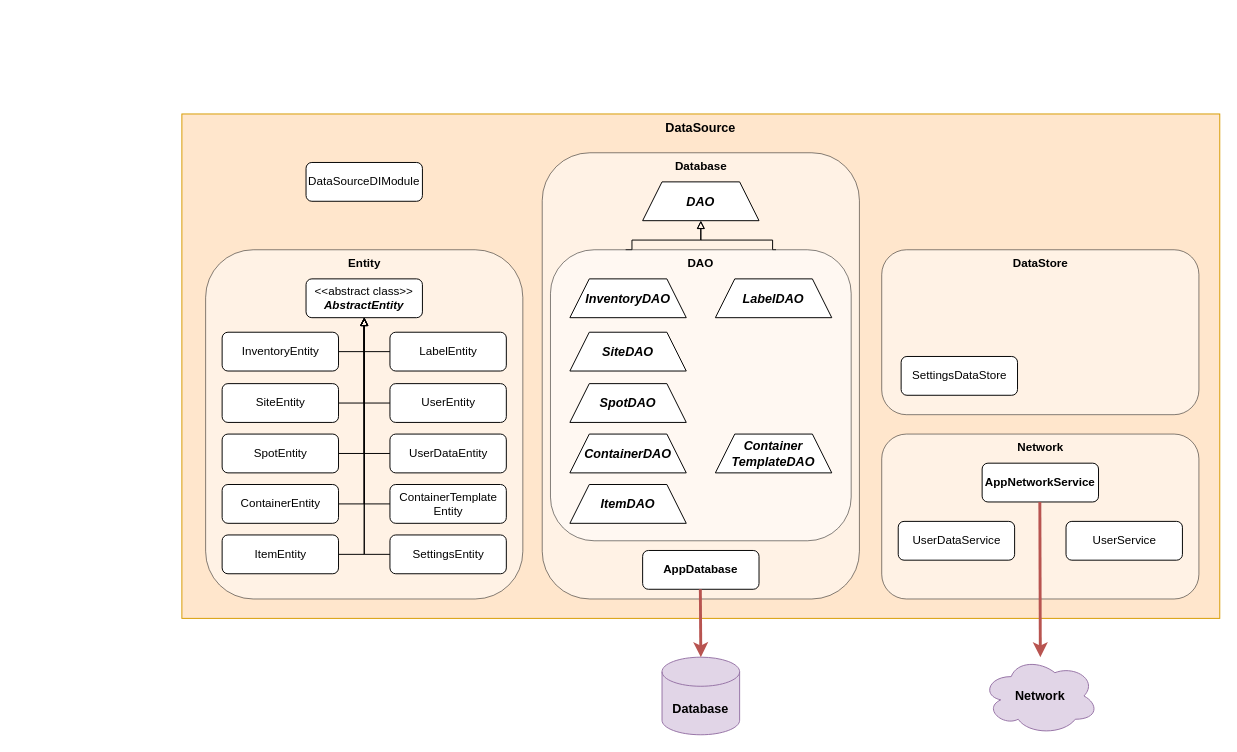
Earlier version of the draw.io diagram page "DataSource" (2 of 6) of dev_doc/documents/_res/_raw/Software_Design_Diagram.drawio (filippochinni/inventory-app). Source tidied: cells renumbered, new cells numbered last; positions are measured from the earlier drawing's top-left corner, leaving out a move shared by most shapes. Both pictures are drawn from the tidied source at 97%, with x=0, y=0 at pixel (181, 113).
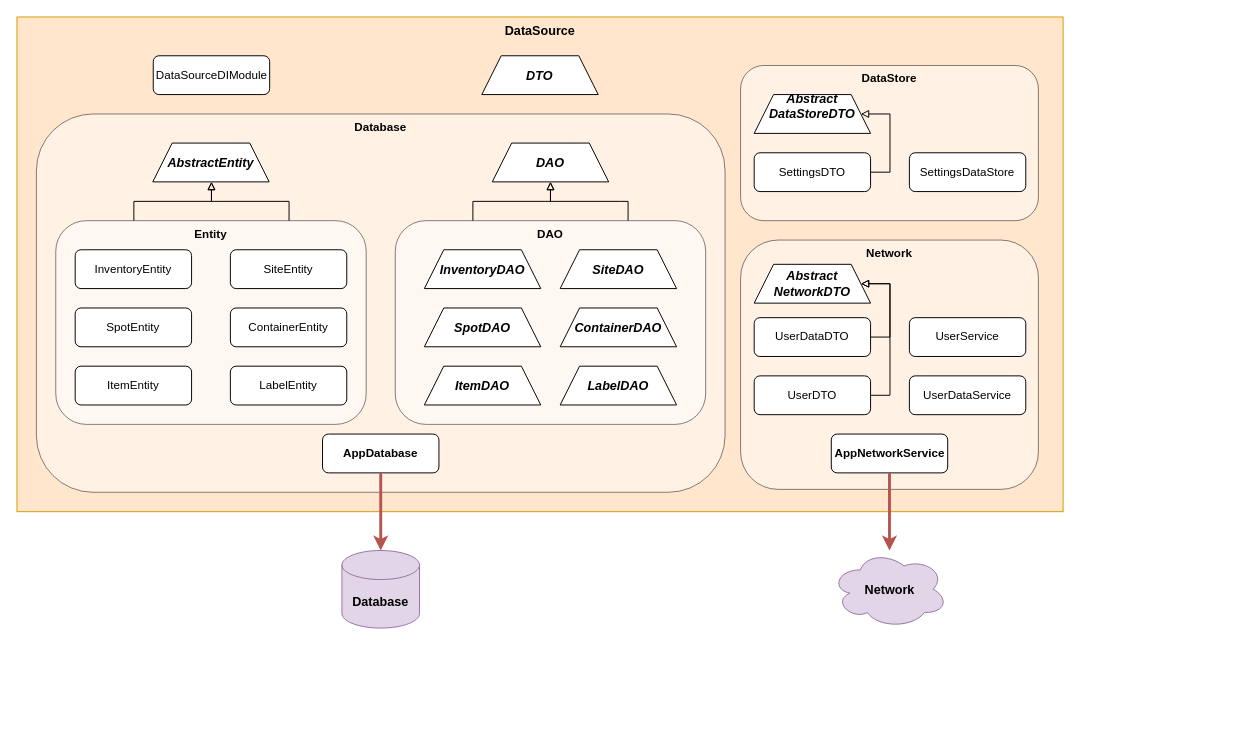
The same page after the edit.

The edit, as a diff of the source:
```diff
@@
     <mxCell id="2" value="&lt;span style=&quot;font-size: 13px;&quot;&gt;&lt;b&gt;DataSource&lt;/b&gt;&lt;/span&gt;" style="rounded=0;whiteSpace=wrap;html=1;verticalAlign=top;fillColor=#ffe6cc;strokeColor=#d79b00;" parent="1" vertex="1">
-      <mxGeometry width="1070" height="520" as="geometry" />
+      <mxGeometry x="-170" y="-100" width="1078.5" height="510" as="geometry" />
     </mxCell>
+    <mxCell id="4" value="&lt;b&gt;Database&lt;/b&gt;" style="rounded=1;whiteSpace=wrap;html=1;glass=0;shadow=0;verticalAlign=top;opacity=50;" parent="1" vertex="1">
+      <mxGeometry x="-150" width="710" height="390" as="geometry" />
+    </mxCell>
     <mxCell id="3" value="&lt;b&gt;&lt;font&gt;Entity&lt;/font&gt;&lt;/b&gt;" style="rounded=1;whiteSpace=wrap;html=1;glass=0;shadow=0;verticalAlign=top;opacity=50;" parent="1" vertex="1">
-      <mxGeometry x="24.5" y="140" width="327" height="360" as="geometry" />
+      <mxGeometry x="-130" y="110" width="320" height="210" as="geometry" />
     </mxCell>
-    <mxCell id="4" value="&lt;b&gt;Database&lt;/b&gt;" style="rounded=1;whiteSpace=wrap;html=1;glass=0;shadow=0;verticalAlign=top;opacity=50;" parent="1" vertex="1">
-      <mxGeometry x="371.5" y="40" width="327" height="460" as="geometry" />
-    </mxCell>
     <mxCell id="5" value="&lt;div&gt;&lt;span style=&quot;background-color: transparent; color: light-dark(rgb(0, 0, 0), rgb(255, 255, 255));&quot;&gt;DataSourceDIModule&lt;/span&gt;&lt;/div&gt;" style="rounded=1;whiteSpace=wrap;html=1;glass=0;shadow=0;" parent="1" vertex="1">
-      <mxGeometry x="128" y="50" width="120" height="40" as="geometry" />
+      <mxGeometry x="-29.5" y="-60" width="120" height="40" as="geometry" />
     </mxCell>
     <mxCell id="6" value="DAO" style="shape=trapezoid;perimeter=trapezoidPerimeter;whiteSpace=wrap;html=1;shapeInside=1;fixedSize=1;verticalAlign=middle;fontSize=13;fontStyle=3;" parent="1" vertex="1">
-      <mxGeometry x="475" y="70" width="120" height="40" as="geometry" />
+      <mxGeometry x="320" y="30" width="120" height="40" as="geometry" />
     </mxCell>
-    <mxCell id="7" value="&lt;div&gt;&lt;font style=&quot;&quot;&gt;&amp;lt;&amp;lt;abstract class&amp;gt;&amp;gt;&lt;/font&gt;&lt;/div&gt;&lt;font style=&quot;&quot;&gt;&lt;b&gt;&lt;i&gt;AbstractEntity&lt;/i&gt;&lt;/b&gt;&lt;/font&gt;" style="rounded=1;whiteSpace=wrap;html=1;glass=0;shadow=0;" parent="1" vertex="1">
-      <mxGeometry x="128" y="170" width="120" height="40" as="geometry" />
-    </mxCell>
-    <mxCell id="8" style="edgeStyle=orthogonalEdgeStyle;rounded=0;jettySize=auto;html=1;entryX=0.5;entryY=1;entryDx=0;entryDy=0;endArrow=block;endFill=0;" parent="1" edge="1" source="9" target="7">
-      <mxGeometry relative="1" as="geometry">
-        <Array as="points">
-          <mxPoint x="188" y="245" />
-        </Array>
-      </mxGeometry>
-    </mxCell>
     <mxCell id="9" value="&lt;div&gt;&lt;span style=&quot;background-color: transparent; color: light-dark(rgb(0, 0, 0), rgb(255, 255, 255));&quot;&gt;InventoryEntity&lt;/span&gt;&lt;/div&gt;" style="rounded=1;whiteSpace=wrap;html=1;glass=0;shadow=0;" parent="1" vertex="1">
-      <mxGeometry x="41.5" y="225" width="120" height="40" as="geometry" />
+      <mxGeometry x="-110" y="140" width="120" height="40" as="geometry" />
     </mxCell>
-    <mxCell id="10" style="edgeStyle=orthogonalEdgeStyle;rounded=0;jettySize=auto;html=1;entryX=0.5;entryY=1;entryDx=0;entryDy=0;endArrow=block;endFill=0;" parent="1" edge="1" source="11" target="7">
-      <mxGeometry relative="1" as="geometry">
-        <Array as="points">
-          <mxPoint x="188" y="298" />
-        </Array>
-      </mxGeometry>
-    </mxCell>
     <mxCell id="11" value="&lt;div&gt;&lt;span style=&quot;background-color: transparent; color: light-dark(rgb(0, 0, 0), rgb(255, 255, 255));&quot;&gt;SiteEntity&lt;/span&gt;&lt;/div&gt;" style="rounded=1;whiteSpace=wrap;html=1;glass=0;shadow=0;" parent="1" vertex="1">
-      <mxGeometry x="41.5" y="278" width="120" height="40" as="geometry" />
+      <mxGeometry x="50" y="140" width="120" height="40" as="geometry" />
     </mxCell>
-    <mxCell id="12" style="edgeStyle=orthogonalEdgeStyle;rounded=0;jettySize=auto;html=1;entryX=0.5;entryY=1;entryDx=0;entryDy=0;endArrow=block;endFill=0;" parent="1" edge="1" source="13" target="7">
-      <mxGeometry relative="1" as="geometry">
-        <Array as="points">
-          <mxPoint x="188" y="350" />
-        </Array>
-      </mxGeometry>
-    </mxCell>
     <mxCell id="13" value="&lt;div&gt;&lt;span style=&quot;background-color: transparent; color: light-dark(rgb(0, 0, 0), rgb(255, 255, 255));&quot;&gt;SpotEntity&lt;/span&gt;&lt;/div&gt;" style="rounded=1;whiteSpace=wrap;html=1;glass=0;shadow=0;" parent="1" vertex="1">
-      <mxGeometry x="41.5" y="330" width="120" height="40" as="geometry" />
+      <mxGeometry x="-110" y="200" width="120" height="40" as="geometry" />
     </mxCell>
-    <mxCell id="14" style="edgeStyle=orthogonalEdgeStyle;rounded=0;jettySize=auto;html=1;entryX=0.5;entryY=1;entryDx=0;entryDy=0;endArrow=block;endFill=0;" parent="1" edge="1" source="15" target="7">
-      <mxGeometry relative="1" as="geometry">
-        <Array as="points">
-          <mxPoint x="188" y="402" />
-        </Array>
-      </mxGeometry>
-    </mxCell>
     <mxCell id="15" value="&lt;div&gt;&lt;span style=&quot;background-color: transparent; color: light-dark(rgb(0, 0, 0), rgb(255, 255, 255));&quot;&gt;ContainerEntity&lt;/span&gt;&lt;/div&gt;" style="rounded=1;whiteSpace=wrap;html=1;glass=0;shadow=0;" parent="1" vertex="1">
-      <mxGeometry x="41.5" y="382" width="120" height="40" as="geometry" />
+      <mxGeometry x="50" y="200" width="120" height="40" as="geometry" />
     </mxCell>
-    <mxCell id="16" style="edgeStyle=orthogonalEdgeStyle;rounded=0;jettySize=auto;html=1;entryX=0.5;entryY=1;entryDx=0;entryDy=0;endArrow=block;endFill=0;" parent="1" edge="1" source="17" target="7">
-      <mxGeometry relative="1" as="geometry">
-        <Array as="points">
-          <mxPoint x="188" y="454" />
-        </Array>
-      </mxGeometry>
-    </mxCell>
     <mxCell id="17" value="&lt;div&gt;&lt;span style=&quot;background-color: transparent; color: light-dark(rgb(0, 0, 0), rgb(255, 255, 255));&quot;&gt;ItemEntity&lt;/span&gt;&lt;/div&gt;" style="rounded=1;whiteSpace=wrap;html=1;glass=0;shadow=0;" parent="1" vertex="1">
-      <mxGeometry x="41.5" y="434" width="120" height="40" as="geometry" />
+      <mxGeometry x="-110" y="260" width="120" height="40" as="geometry" />
     </mxCell>
-    <mxCell id="18" style="edgeStyle=orthogonalEdgeStyle;rounded=0;jettySize=auto;html=1;entryX=0.5;entryY=1;entryDx=0;entryDy=0;endArrow=block;endFill=0;" parent="1" edge="1" source="19" target="7">
-      <mxGeometry relative="1" as="geometry">
-        <Array as="points">
-          <mxPoint x="188" y="245" />
-        </Array>
-      </mxGeometry>
-    </mxCell>
     <mxCell id="19" value="&lt;div&gt;&lt;span style=&quot;background-color: transparent; color: light-dark(rgb(0, 0, 0), rgb(255, 255, 255));&quot;&gt;LabelEntity&lt;/span&gt;&lt;/div&gt;" style="rounded=1;whiteSpace=wrap;html=1;glass=0;shadow=0;" parent="1" vertex="1">
-      <mxGeometry x="214.5" y="225" width="120" height="40" as="geometry" />
+      <mxGeometry x="50" y="260" width="120" height="40" as="geometry" />
     </mxCell>
-    <mxCell id="20" style="edgeStyle=orthogonalEdgeStyle;rounded=0;jettySize=auto;html=1;entryX=0.5;entryY=1;entryDx=0;entryDy=0;endArrow=block;endFill=0;" parent="1" edge="1" source="21" target="7">
-      <mxGeometry relative="1" as="geometry">
-        <Array as="points">
-          <mxPoint x="188" y="298" />
-        </Array>
-      </mxGeometry>
-    </mxCell>
-    <mxCell id="21" value="&lt;div&gt;&lt;span style=&quot;background-color: transparent; color: light-dark(rgb(0, 0, 0), rgb(255, 255, 255));&quot;&gt;UserEntity&lt;/span&gt;&lt;/div&gt;" style="rounded=1;whiteSpace=wrap;html=1;glass=0;shadow=0;" parent="1" vertex="1">
-      <mxGeometry x="214.5" y="278" width="120" height="40" as="geometry" />
-    </mxCell>
-    <mxCell id="22" style="edgeStyle=orthogonalEdgeStyle;rounded=0;jettySize=auto;html=1;entryX=0.5;entryY=1;entryDx=0;entryDy=0;endArrow=block;endFill=0;" parent="1" edge="1" source="23" target="7">
-      <mxGeometry relative="1" as="geometry">
-        <Array as="points">
-          <mxPoint x="188" y="350" />
-        </Array>
-      </mxGeometry>
-    </mxCell>
-    <mxCell id="23" value="&lt;div&gt;&lt;span style=&quot;background-color: transparent; color: light-dark(rgb(0, 0, 0), rgb(255, 255, 255));&quot;&gt;UserDataEntity&lt;/span&gt;&lt;/div&gt;" style="rounded=1;whiteSpace=wrap;html=1;glass=0;shadow=0;" parent="1" vertex="1">
-      <mxGeometry x="214.5" y="330" width="120" height="40" as="geometry" />
-    </mxCell>
-    <mxCell id="24" style="edgeStyle=orthogonalEdgeStyle;rounded=0;jettySize=auto;html=1;entryX=0.5;entryY=1;entryDx=0;entryDy=0;endArrow=block;endFill=0;" parent="1" edge="1" source="25" target="7">
-      <mxGeometry relative="1" as="geometry">
-        <Array as="points">
-          <mxPoint x="188" y="402" />
-        </Array>
-      </mxGeometry>
-    </mxCell>
-    <mxCell id="25" value="&lt;div&gt;&lt;span style=&quot;background-color: transparent; color: light-dark(rgb(0, 0, 0), rgb(255, 255, 255));&quot;&gt;ContainerTemplate&lt;br&gt;Entity&lt;/span&gt;&lt;/div&gt;" style="rounded=1;whiteSpace=wrap;html=1;glass=0;shadow=0;" parent="1" vertex="1">
-      <mxGeometry x="214.5" y="382" width="120" height="40" as="geometry" />
-    </mxCell>
-    <mxCell id="26" style="edgeStyle=orthogonalEdgeStyle;rounded=0;jettySize=auto;html=1;entryX=0.5;entryY=1;entryDx=0;entryDy=0;endArrow=block;endFill=0;" parent="1" edge="1" source="27" target="7">
-      <mxGeometry relative="1" as="geometry">
-        <Array as="points">
-          <mxPoint x="188" y="454" />
-        </Array>
-      </mxGeometry>
-    </mxCell>
-    <mxCell id="27" value="&lt;div&gt;SettingsEntity&lt;/div&gt;" style="rounded=1;whiteSpace=wrap;html=1;glass=0;shadow=0;" parent="1" vertex="1">
-      <mxGeometry x="214.5" y="434" width="120" height="40" as="geometry" />
-    </mxCell>
-    <mxCell id="28" style="edgeStyle=orthogonalEdgeStyle;rounded=0;jettySize=auto;html=1;entryX=0.5;entryY=1;entryDx=0;entryDy=0;endArrow=block;endFill=0;exitX=0.25;exitY=0;exitDx=0;exitDy=0;" parent="1" edge="1" source="30" target="6">
-      <mxGeometry relative="1" as="geometry">
-        <Array as="points">
-          <mxPoint x="464" y="130" />
-          <mxPoint x="535" y="130" />
-        </Array>
-      </mxGeometry>
-    </mxCell>
-    <mxCell id="29" style="edgeStyle=orthogonalEdgeStyle;rounded=0;jettySize=auto;html=1;entryX=0.5;entryY=1;entryDx=0;entryDy=0;exitX=0.75;exitY=0;exitDx=0;exitDy=0;endArrow=block;endFill=0;" parent="1" edge="1" source="30" target="6">
-      <mxGeometry relative="1" as="geometry">
-        <Array as="points">
-          <mxPoint x="609" y="130" />
-          <mxPoint x="535" y="130" />
-        </Array>
-      </mxGeometry>
-    </mxCell>
+    <mxCell id="49" style="edgeStyle=orthogonalEdgeStyle;rounded=0;jettySize=auto;html=1;entryX=0.5;entryY=1;entryDx=0;entryDy=0;endArrow=block;endFill=0;exitX=0.25;exitY=0;exitDx=0;exitDy=0;" parent="1" edge="1" source="30" target="6">
+      <mxGeometry relative="1" as="geometry">
+        <Array as="points">
+          <mxPoint x="300" y="90.1" />
+          <mxPoint x="380" y="90.1" />
+        </Array>
+      </mxGeometry>
+    </mxCell>
+    <mxCell id="50" style="edgeStyle=orthogonalEdgeStyle;rounded=0;jettySize=auto;html=1;entryX=0.5;entryY=1;entryDx=0;entryDy=0;exitX=0.75;exitY=0;exitDx=0;exitDy=0;endArrow=block;endFill=0;" parent="1" edge="1" source="30" target="6">
+      <mxGeometry relative="1" as="geometry">
+        <Array as="points">
+          <mxPoint x="452.5" y="90.1" />
+          <mxPoint x="380" y="90.1" />
+          <mxPoint x="380" y="70" />
+        </Array>
+      </mxGeometry>
+    </mxCell>
     <mxCell id="30" value="&lt;b&gt;DAO&lt;/b&gt;" style="rounded=1;whiteSpace=wrap;html=1;glass=0;shadow=0;verticalAlign=top;opacity=50;" parent="1" vertex="1">
-      <mxGeometry x="380" y="140" width="310" height="300" as="geometry" />
+      <mxGeometry x="220" y="110" width="320" height="210" as="geometry" />
     </mxCell>
     <mxCell id="31" value="InventoryDAO" style="shape=trapezoid;perimeter=trapezoidPerimeter;whiteSpace=wrap;html=1;shapeInside=1;fixedSize=1;verticalAlign=middle;fontSize=13;fontStyle=3;" parent="1" vertex="1">
-      <mxGeometry x="400" y="170" width="120" height="40" as="geometry" />
+      <mxGeometry x="250" y="140" width="120" height="40" as="geometry" />
     </mxCell>
     <mxCell id="32" value="LabelDAO" style="shape=trapezoid;perimeter=trapezoidPerimeter;whiteSpace=wrap;html=1;shapeInside=1;fixedSize=1;verticalAlign=middle;fontSize=13;fontStyle=3;" parent="1" vertex="1">
-      <mxGeometry x="550" y="170" width="120" height="40" as="geometry" />
+      <mxGeometry x="390" y="260" width="120" height="40" as="geometry" />
     </mxCell>
     <mxCell id="33" value="&lt;div&gt;&lt;span style=&quot;background-color: transparent; color: light-dark(rgb(0, 0, 0), rgb(255, 255, 255));&quot;&gt;AppDatabase&lt;/span&gt;&lt;/div&gt;" style="rounded=1;whiteSpace=wrap;html=1;glass=0;shadow=0;fontStyle=1;" parent="1" vertex="1">
-      <mxGeometry x="475" y="450" width="120" height="40" as="geometry" />
+      <mxGeometry x="145" y="330" width="120" height="40" as="geometry" />
     </mxCell>
     <mxCell id="34" value="SiteDAO" style="shape=trapezoid;perimeter=trapezoidPerimeter;whiteSpace=wrap;html=1;shapeInside=1;fixedSize=1;verticalAlign=middle;fontSize=13;fontStyle=3;" parent="1" vertex="1">
-      <mxGeometry x="400" y="225" width="120" height="40" as="geometry" />
+      <mxGeometry x="390" y="140" width="120" height="40" as="geometry" />
     </mxCell>
     <mxCell id="35" value="SpotDAO" style="shape=trapezoid;perimeter=trapezoidPerimeter;whiteSpace=wrap;html=1;shapeInside=1;fixedSize=1;verticalAlign=middle;fontSize=13;fontStyle=3;" parent="1" vertex="1">
-      <mxGeometry x="400" y="278" width="120" height="40" as="geometry" />
+      <mxGeometry x="250" y="200" width="120" height="40" as="geometry" />
     </mxCell>
     <mxCell id="36" value="ContainerDAO" style="shape=trapezoid;perimeter=trapezoidPerimeter;whiteSpace=wrap;html=1;shapeInside=1;fixedSize=1;verticalAlign=middle;fontSize=13;fontStyle=3;" parent="1" vertex="1">
-      <mxGeometry x="400" y="330" width="120" height="40" as="geometry" />
+      <mxGeometry x="390" y="200" width="120" height="40" as="geometry" />
     </mxCell>
     <mxCell id="37" value="ItemDAO" style="shape=trapezoid;perimeter=trapezoidPerimeter;whiteSpace=wrap;html=1;shapeInside=1;fixedSize=1;verticalAlign=middle;fontSize=13;fontStyle=3;" parent="1" vertex="1">
-      <mxGeometry x="400" y="382" width="120" height="40" as="geometry" />
+      <mxGeometry x="250" y="260" width="120" height="40" as="geometry" />
     </mxCell>
-    <mxCell id="38" value="Container&lt;br&gt;TemplateDAO" style="shape=trapezoid;perimeter=trapezoidPerimeter;whiteSpace=wrap;html=1;shapeInside=1;fixedSize=1;verticalAlign=middle;fontSize=13;fontStyle=3;" parent="1" vertex="1">
-      <mxGeometry x="550" y="330" width="120" height="40" as="geometry" />
-    </mxCell>
     <mxCell id="39" value="&lt;div&gt;&lt;font style=&quot;font-size: 13px;&quot;&gt;&lt;b&gt;Database&lt;/b&gt;&lt;/font&gt;&lt;/div&gt;" style="shape=cylinder3;whiteSpace=wrap;html=1;boundedLbl=1;backgroundOutline=1;size=15;fillColor=#e1d5e7;strokeColor=#9673a6;" parent="1" vertex="1">
-      <mxGeometry x="495" y="560" width="80" height="80" as="geometry" />
+      <mxGeometry x="165" y="450" width="80" height="80" as="geometry" />
     </mxCell>
     <mxCell id="40" value="&lt;b&gt;&lt;font&gt;Network&lt;/font&gt;&lt;/b&gt;" style="rounded=1;whiteSpace=wrap;html=1;glass=0;shadow=0;verticalAlign=top;opacity=50;" parent="1" vertex="1">
-      <mxGeometry x="721.5" y="330" width="327" height="170" as="geometry" />
+      <mxGeometry x="576" y="130" width="307" height="257" as="geometry" />
     </mxCell>
     <mxCell id="41" value="&lt;font style=&quot;font-size: 13px;&quot;&gt;&lt;b&gt;Network&lt;/b&gt;&lt;/font&gt;" style="ellipse;shape=cloud;whiteSpace=wrap;html=1;fillColor=#e1d5e7;strokeColor=#9673a6;" parent="1" vertex="1">
-      <mxGeometry x="825" y="560" width="120" height="80" as="geometry" />
+      <mxGeometry x="669.5" y="450" width="120" height="80" as="geometry" />
     </mxCell>
     <mxCell id="42" value="&lt;b&gt;&lt;font&gt;DataStore&lt;/font&gt;&lt;/b&gt;" style="rounded=1;whiteSpace=wrap;html=1;glass=0;shadow=0;verticalAlign=top;opacity=50;" parent="1" vertex="1">
-      <mxGeometry x="721.5" y="140" width="327" height="170" as="geometry" />
+      <mxGeometry x="576" y="-50" width="307" height="160" as="geometry" />
     </mxCell>
     <mxCell id="43" value="&lt;div&gt;&lt;span style=&quot;background-color: transparent; color: light-dark(rgb(0, 0, 0), rgb(255, 255, 255));&quot;&gt;SettingsDataStore&lt;/span&gt;&lt;/div&gt;" style="rounded=1;whiteSpace=wrap;html=1;glass=0;shadow=0;" parent="1" vertex="1">
-      <mxGeometry x="741.5" y="250" width="120" height="40" as="geometry" />
+      <mxGeometry x="750" y="40" width="120" height="40" as="geometry" />
     </mxCell>
     <mxCell id="44" value="&lt;div&gt;&lt;span style=&quot;background-color: transparent; color: light-dark(rgb(0, 0, 0), rgb(255, 255, 255));&quot;&gt;AppNetworkService&lt;/span&gt;&lt;/div&gt;" style="rounded=1;whiteSpace=wrap;html=1;glass=0;shadow=0;fontStyle=1;" parent="1" vertex="1">
-      <mxGeometry x="825" y="360" width="120" height="40" as="geometry" />
+      <mxGeometry x="669.5" y="330" width="120" height="40" as="geometry" />
     </mxCell>
     <mxCell id="45" value="UserDataService" style="rounded=1;whiteSpace=wrap;html=1;glass=0;shadow=0;fontStyle=0;" parent="1" vertex="1">
-      <mxGeometry x="738.5" y="420" width="120" height="40" as="geometry" />
+      <mxGeometry x="750" y="270" width="120" height="40" as="geometry" />
     </mxCell>
     <mxCell id="46" value="UserService" style="rounded=1;whiteSpace=wrap;html=1;glass=0;shadow=0;fontStyle=0;" parent="1" vertex="1">
-      <mxGeometry x="911.5" y="420" width="120" height="40" as="geometry" />
+      <mxGeometry x="750" y="210" width="120" height="40" as="geometry" />
     </mxCell>
-    <mxCell id="47" style="endArrow=classic;html=1;rounded=0;fillColor=#f8cecc;strokeColor=#b85450;strokeWidth=3;entryX=0.5;entryY=0;entryDx=0;entryDy=0;entryPerimeter=0;" parent="1" edge="1" target="39">
-      <mxGeometry relative="1" as="geometry">
-        <mxPoint x="534.5" y="490" as="sourcePoint" />
-      </mxGeometry>
-    </mxCell>
-    <mxCell id="48" style="endArrow=classic;html=1;rounded=0;fillColor=#f8cecc;strokeColor=#b85450;strokeWidth=3;" parent="1" edge="1" target="41">
-      <mxGeometry relative="1" as="geometry">
-        <mxPoint x="884.5" y="400" as="sourcePoint" />
-      </mxGeometry>
-    </mxCell>
+    <mxCell id="51" style="endArrow=classic;html=1;rounded=0;fillColor=#f8cecc;strokeColor=#b85450;strokeWidth=3;entryX=0.5;entryY=0;entryDx=0;entryDy=0;entryPerimeter=0;exitX=0.5;exitY=1;exitDx=0;exitDy=0;" parent="1" edge="1" source="33" target="39">
+      <mxGeometry relative="1" as="geometry" />
+    </mxCell>
+    <mxCell id="52" style="endArrow=classic;html=1;rounded=0;fillColor=#f8cecc;strokeColor=#b85450;strokeWidth=3;exitX=0.5;exitY=1;exitDx=0;exitDy=0;" parent="1" edge="1" source="44" target="41">
+      <mxGeometry relative="1" as="geometry" />
+    </mxCell>
+    <mxCell id="53" value="Abstract&lt;br&gt;NetworkDTO" style="shape=trapezoid;perimeter=trapezoidPerimeter;whiteSpace=wrap;html=1;shapeInside=1;fixedSize=1;verticalAlign=middle;fontSize=13;fontStyle=3;" parent="1" vertex="1">
+      <mxGeometry x="590" y="155" width="120" height="40" as="geometry" />
+    </mxCell>
+    <mxCell id="54" value="Abstract&lt;br&gt;DataStoreDTO&lt;div&gt;&lt;br/&gt;&lt;/div&gt;" style="shape=trapezoid;perimeter=trapezoidPerimeter;whiteSpace=wrap;html=1;shapeInside=1;fixedSize=1;verticalAlign=middle;fontSize=13;fontStyle=3;" parent="1" vertex="1">
+      <mxGeometry x="590" y="-20" width="120" height="40" as="geometry" />
+    </mxCell>
+    <mxCell id="55" style="edgeStyle=orthogonalEdgeStyle;rounded=0;jettySize=auto;html=1;entryX=1;entryY=0.5;entryDx=0;entryDy=0;endArrow=block;endFill=0;" parent="1" edge="1" source="56" target="54">
+      <mxGeometry relative="1" as="geometry">
+        <Array as="points">
+          <mxPoint x="730" y="60" />
+          <mxPoint x="730" />
+        </Array>
+      </mxGeometry>
+    </mxCell>
+    <mxCell id="56" value="&lt;div&gt;&lt;span style=&quot;background-color: transparent; color: light-dark(rgb(0, 0, 0), rgb(255, 255, 255));&quot;&gt;SettingsDTO&lt;/span&gt;&lt;/div&gt;" style="rounded=1;whiteSpace=wrap;html=1;glass=0;shadow=0;" parent="1" vertex="1">
+      <mxGeometry x="590" y="40" width="120" height="40" as="geometry" />
+    </mxCell>
+    <mxCell id="57" style="edgeStyle=orthogonalEdgeStyle;rounded=0;jettySize=auto;html=1;entryX=1;entryY=0.5;entryDx=0;entryDy=0;endArrow=block;endFill=0;" parent="1" edge="1" source="58" target="53">
+      <mxGeometry relative="1" as="geometry">
+        <Array as="points">
+          <mxPoint x="730" y="230" />
+          <mxPoint x="730" y="175" />
+        </Array>
+      </mxGeometry>
+    </mxCell>
+    <mxCell id="58" value="UserDataDTO" style="rounded=1;whiteSpace=wrap;html=1;glass=0;shadow=0;fontStyle=0;" parent="1" vertex="1">
+      <mxGeometry x="590" y="210" width="120" height="40" as="geometry" />
+    </mxCell>
+    <mxCell id="59" style="edgeStyle=orthogonalEdgeStyle;rounded=0;jettySize=auto;html=1;entryX=1;entryY=0.5;entryDx=0;entryDy=0;endArrow=block;endFill=0;" parent="1" edge="1" source="60" target="53">
+      <mxGeometry relative="1" as="geometry">
+        <Array as="points">
+          <mxPoint x="730" y="290" />
+          <mxPoint x="730" y="175" />
+        </Array>
+      </mxGeometry>
+    </mxCell>
+    <mxCell id="60" value="UserDTO" style="rounded=1;whiteSpace=wrap;html=1;glass=0;shadow=0;fontStyle=0;" parent="1" vertex="1">
+      <mxGeometry x="590" y="270" width="120" height="40" as="geometry" />
+    </mxCell>
+    <mxCell id="61" value="AbstractEntity" style="shape=trapezoid;perimeter=trapezoidPerimeter;whiteSpace=wrap;html=1;shapeInside=1;fixedSize=1;verticalAlign=middle;fontSize=13;fontStyle=3;" parent="1" vertex="1">
+      <mxGeometry x="-30" y="30" width="120" height="40" as="geometry" />
+    </mxCell>
+    <mxCell id="62" value="DTO" style="shape=trapezoid;perimeter=trapezoidPerimeter;whiteSpace=wrap;html=1;shapeInside=1;fixedSize=1;verticalAlign=middle;fontSize=13;fontStyle=3;" parent="1" vertex="1">
+      <mxGeometry x="309.2" y="-60" width="120" height="40" as="geometry" />
+    </mxCell>
+    <mxCell id="63" style="edgeStyle=orthogonalEdgeStyle;rounded=0;orthogonalLoop=1;jettySize=auto;html=1;entryX=0.5;entryY=1;entryDx=0;entryDy=0;endArrow=block;endFill=0;exitX=0.25;exitY=0;exitDx=0;exitDy=0;" parent="1" edge="1">
+      <mxGeometry relative="1" as="geometry">
+        <mxPoint x="-49.5" y="110" as="sourcePoint" />
+        <mxPoint x="30.5" y="70" as="targetPoint" />
+        <Array as="points">
+          <mxPoint x="-49.5" y="90.1" />
+          <mxPoint x="30.5" y="90.1" />
+        </Array>
+      </mxGeometry>
+    </mxCell>
+    <mxCell id="64" style="edgeStyle=orthogonalEdgeStyle;rounded=0;orthogonalLoop=1;jettySize=auto;html=1;entryX=0.5;entryY=1;entryDx=0;entryDy=0;exitX=0.75;exitY=0;exitDx=0;exitDy=0;endArrow=block;endFill=0;" parent="1" edge="1">
+      <mxGeometry relative="1" as="geometry">
+        <mxPoint x="110.5" y="110" as="sourcePoint" />
+        <mxPoint x="30.5" y="70" as="targetPoint" />
+        <Array as="points">
+          <mxPoint x="103" y="90.1" />
+          <mxPoint x="30.5" y="90.1" />
+          <mxPoint x="30.5" y="70" />
+        </Array>
+      </mxGeometry>
+    </mxCell>
```
